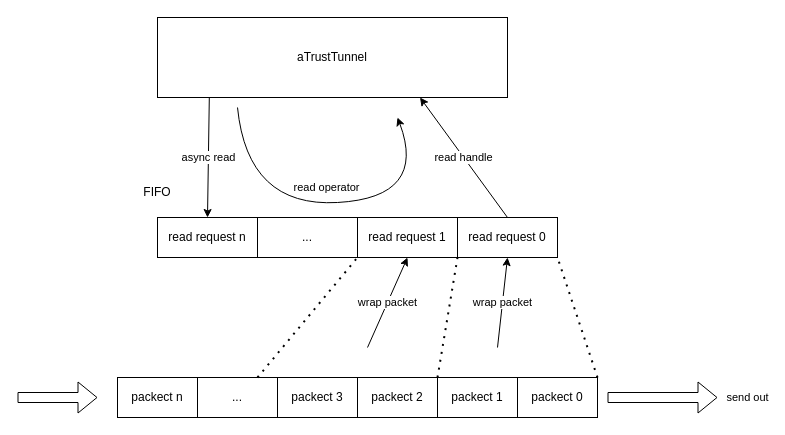
This is Untitled Diagram.drawio from nei313/WinDistcc, a draw.io file, before an edit. Source tidied: cells renumbered, new cells numbered last; positions are measured from the earlier drawing's top-left corner, leaving out a move shared by most shapes. Both pictures are drawn from the tidied source at 100%, with x=0, y=0 at pixel (17, 17).
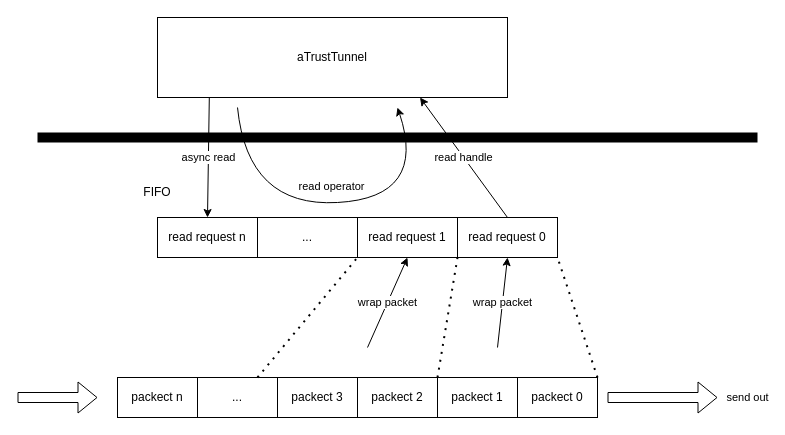
The same diagram, later.

What changed in the source:
```diff
@@
     <mxCell id="24" value="read operator" style="curved=1;endArrow=classic;html=1;rounded=0;" parent="1" edge="1">
       <mxGeometry x="-0.01" y="16" relative="1" as="geometry">
         <mxPoint x="220" y="90" as="sourcePoint" />
-        <mxPoint x="380" y="100" as="targetPoint" />
+        <mxPoint x="380" y="90" as="targetPoint" />
         <Array as="points">
           <mxPoint x="230" y="190" />
           <mxPoint x="410" y="180" />
         </Array>
       </mxGeometry>
     </mxCell>
+    <mxCell id="25" style="endArrow=none;html=1;rounded=0;strokeWidth=10;" parent="1" edge="1">
+      <mxGeometry relative="1" as="geometry">
+        <mxPoint x="20" y="120" as="sourcePoint" />
+        <mxPoint x="740" y="120" as="targetPoint" />
+      </mxGeometry>
+    </mxCell>
```
